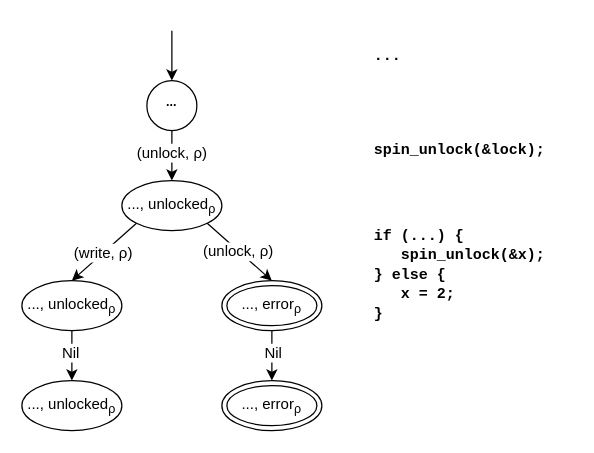
Before: implementation/figures/cfg_unlock-product-partial.drawio in andersfischernielsen/Finding-Resource-Manipulation-Bugs-with-Monitor-Automata-on-the-Example-of-the-Linux-Kernel, a draw.io diagram. Source tidied: cells renumbered, new cells numbered last; positions are measured from the earlier drawing's top-left corner, leaving out a move shared by most shapes. Both pictures are drawn from the tidied source at 125%, with x=0, y=0 at pixel (21, 30).
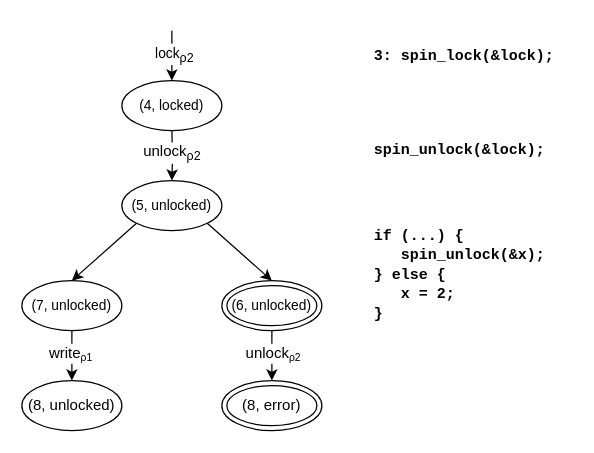
After the change.

The change refers to these unchanged cells:
```xml
<mxCell id="2" style="group;" parent="1" vertex="1">
  <mxGeometry width="240" height="320" as="geometry" />
</mxCell>
<mxCell id="5" style="rounded=0;jettySize=auto;html=1;exitX=0;exitY=1;exitDx=0;exitDy=0;entryX=0.5;entryY=0;entryDx=0;entryDy=0;fontSize=10;" parent="2" edge="1" source="3" target="4">
  <mxGeometry relative="1" as="geometry" />
</mxCell>
<mxCell id="8" style="rounded=0;jettySize=auto;html=1;exitX=1;exitY=1;exitDx=0;exitDy=0;entryX=0.5;entryY=0;entryDx=0;entryDy=0;fontSize=10;" parent="2" edge="1" source="3" target="7">
  <mxGeometry relative="1" as="geometry" />
</mxCell>
<mxCell id="11" style="rounded=0;jettySize=auto;html=1;exitX=0.5;exitY=1;exitDx=0;exitDy=0;fontSize=10;entryX=0.5;entryY=0;entryDx=0;entryDy=0;" parent="2" edge="1" source="4" target="19">
  <mxGeometry relative="1" as="geometry" />
</mxCell>
<mxCell id="13" style="rounded=0;jettySize=auto;html=1;exitX=0.5;exitY=1;exitDx=0;exitDy=0;fontSize=10;entryX=0.5;entryY=0;entryDx=0;entryDy=0;" parent="2" edge="1" source="7" target="10">
  <mxGeometry relative="1" as="geometry" />
</mxCell>
```

Change to the diagram source:
```diff
@@
-    <mxCell id="3" value="&lt;font style=&quot;font-size: 12px&quot;&gt;...,&amp;nbsp;unlocked&lt;sub&gt;ρ&lt;/sub&gt;&lt;/font&gt;" style="ellipse;whiteSpace=wrap;html=1;fontSize=10;" parent="2" vertex="1">
+    <mxCell id="3" value="&lt;font style=&quot;font-size: 11px;&quot;&gt;(5, unlocked)&lt;/font&gt;" style="ellipse;whiteSpace=wrap;html=1;fontSize=11;" parent="2" vertex="1">
       <mxGeometry x="80" y="120" width="80" height="40" as="geometry" />
     </mxCell>
-    <mxCell id="4" value="&lt;font style=&quot;font-size: 12px&quot;&gt;...,&amp;nbsp;unlocked&lt;sub&gt;ρ&lt;/sub&gt;&lt;/font&gt;" style="ellipse;whiteSpace=wrap;html=1;fontSize=10;" parent="2" vertex="1">
+    <mxCell id="4" value="&lt;font style=&quot;font-size: 11px;&quot;&gt;(7,&amp;nbsp;unlocked)&lt;/font&gt;" style="ellipse;whiteSpace=wrap;html=1;fontSize=11;" parent="2" vertex="1">
       <mxGeometry y="200" width="80" height="40" as="geometry" />
     </mxCell>
@@
-    <mxCell id="6" value="&lt;span style=&quot;font-size: 12px&quot;&gt;(write,&amp;nbsp;ρ)&lt;/span&gt;" style="text;html=1;align=center;verticalAlign=middle;labelBackgroundColor=#ffffff;fontSize=10;" parent="5" vertex="1">
-      <mxGeometry x="0.06" y="-1" relative="1" as="geometry">
-        <mxPoint x="1" as="offset" />
-      </mxGeometry>
-    </mxCell>
-    <mxCell id="7" value="&lt;font style=&quot;font-size: 12px&quot;&gt;&lt;span style=&quot;white-space: normal&quot;&gt;..., error&lt;/span&gt;&lt;span style=&quot;white-space: normal&quot;&gt;&lt;sub&gt;ρ&lt;/sub&gt;&lt;/span&gt;&lt;/font&gt;" style="ellipse;shape=doubleEllipse;whiteSpace=wrap;html=1;fontSize=10;" parent="2" vertex="1">
+    <mxCell id="7" value="&lt;font style=&quot;font-size: 11px;&quot;&gt;&lt;span style=&quot;white-space: normal; font-size: 11px;&quot;&gt;(6, unlocked)&lt;/span&gt;&lt;/font&gt;" style="ellipse;shape=doubleEllipse;whiteSpace=wrap;html=1;fontSize=11;" parent="2" vertex="1">
       <mxGeometry x="160" y="200" width="80" height="40" as="geometry" />
     </mxCell>
@@
-    <mxCell id="9" value="&lt;span style=&quot;font-size: 12px&quot;&gt;(unlock,&amp;nbsp;ρ)&lt;/span&gt;" style="text;html=1;align=center;verticalAlign=middle;labelBackgroundColor=#ffffff;fontSize=10;" parent="8" vertex="1">
-      <mxGeometry x="-0.11" y="1" relative="1" as="geometry">
-        <mxPoint y="3" as="offset" />
-      </mxGeometry>
-    </mxCell>
-    <mxCell id="10" value="&lt;font style=&quot;font-size: 12px&quot;&gt;&lt;span style=&quot;white-space: normal&quot;&gt;..., error&lt;/span&gt;&lt;span style=&quot;white-space: normal&quot;&gt;&lt;sub&gt;ρ&lt;/sub&gt;&lt;/span&gt;&lt;/font&gt;" style="ellipse;shape=doubleEllipse;whiteSpace=wrap;html=1;fontSize=10;" parent="2" vertex="1">
+    <mxCell id="10" value="&lt;font style=&quot;font-size: 12px&quot;&gt;&lt;span style=&quot;white-space: normal&quot;&gt;(8, error)&lt;/span&gt;&lt;/font&gt;" style="ellipse;shape=doubleEllipse;whiteSpace=wrap;html=1;fontSize=10;" parent="2" vertex="1">
       <mxGeometry x="160" y="280" width="80" height="40" as="geometry" />
     </mxCell>
@@
-    <mxCell id="12" value="&lt;font style=&quot;font-size: 12px&quot;&gt;Nil&lt;/font&gt;" style="text;html=1;align=center;verticalAlign=middle;labelBackgroundColor=#ffffff;fontSize=10;" parent="11" vertex="1">
+    <mxCell id="12" value="&lt;span style=&quot;font-size: 12px&quot;&gt;write&lt;/span&gt;&lt;sub&gt;ρ1&lt;/sub&gt;" style="text;html=1;align=center;verticalAlign=middle;labelBackgroundColor=#ffffff;fontSize=10;" parent="11" vertex="1">
       <mxGeometry x="-0.14" y="-2" relative="1" as="geometry" />
     </mxCell>
@@
-    <mxCell id="14" value="&lt;font style=&quot;font-size: 12px&quot;&gt;Nil&lt;/font&gt;" style="text;html=1;align=center;verticalAlign=middle;labelBackgroundColor=#ffffff;fontSize=10;" parent="13" vertex="1">
+    <mxCell id="14" value="&lt;span style=&quot;font-size: 12px&quot;&gt;unlock&lt;/span&gt;&lt;sub&gt;ρ2&lt;/sub&gt;" style="text;html=1;align=center;verticalAlign=middle;labelBackgroundColor=#ffffff;fontSize=10;" parent="13" vertex="1">
       <mxGeometry x="-0.12" y="1" relative="1" as="geometry">
         <mxPoint x="-1" y="-1" as="offset" />
       </mxGeometry>
     </mxCell>
-    <mxCell id="15" style="endArrow=classic;html=1;exitX=0.5;exitY=1;exitDx=0;exitDy=0;entryX=0.5;entryY=0;entryDx=0;entryDy=0;" parent="2" edge="1" target="18">
+    <mxCell id="15" style="endArrow=classic;html=1;exitX=0.5;exitY=1;exitDx=0;exitDy=0;entryX=0.5;entryY=0;entryDx=0;entryDy=0;" parent="2" edge="1">
       <mxGeometry relative="1" as="geometry">
         <mxPoint x="120" as="sourcePoint" />
+        <mxPoint x="120" y="40" as="targetPoint" />
       </mxGeometry>
     </mxCell>
+    <mxCell id="24" value="lock&lt;span style=&quot;font-size: 12px&quot;&gt;&lt;sub&gt;ρ2&lt;/sub&gt;&lt;/span&gt;" style="edgeLabel;html=1;align=center;verticalAlign=middle;" parent="15" vertex="1">
+      <mxGeometry x="-0.1" y="1" relative="1" as="geometry" />
+    </mxCell>
-    <mxCell id="16" style="edgeStyle=orthogonalEdgeStyle;rounded=0;jettySize=auto;html=1;exitX=0.5;exitY=1;exitDx=0;exitDy=0;entryX=0.5;entryY=0;entryDx=0;entryDy=0;fontSize=10;" parent="2" edge="1" source="18" target="3">
-      <mxGeometry relative="1" as="geometry" />
+    <mxCell id="16" style="edgeStyle=orthogonalEdgeStyle;rounded=0;jettySize=auto;html=1;exitX=0.5;exitY=1;exitDx=0;exitDy=0;entryX=0.5;entryY=0;entryDx=0;entryDy=0;fontSize=10;" parent="2" edge="1" target="3">
+      <mxGeometry relative="1" as="geometry">
+        <mxPoint x="120" y="80" as="sourcePoint" />
+      </mxGeometry>
     </mxCell>
-    <mxCell id="17" value="&lt;span style=&quot;font-size: 12px&quot;&gt;(unlock, ρ)&lt;/span&gt;" style="text;html=1;align=center;verticalAlign=middle;labelBackgroundColor=#ffffff;fontSize=10;" parent="16" vertex="1">
+    <mxCell id="17" value="&lt;span style=&quot;font-size: 12px&quot;&gt;unlock&lt;sub&gt;ρ2&lt;/sub&gt;&lt;/span&gt;" style="text;html=1;align=center;verticalAlign=middle;labelBackgroundColor=#ffffff;fontSize=10;" parent="16" vertex="1">
       <mxGeometry x="-0.15" y="-1" relative="1" as="geometry" />
     </mxCell>
-    <mxCell id="18" value="&lt;sup&gt;...&lt;/sup&gt;" style="ellipse;whiteSpace=wrap;html=1;fontStyle=1;" parent="2" vertex="1">
-      <mxGeometry x="100" y="40" width="40" height="40" as="geometry" />
-    </mxCell>
-    <mxCell id="19" value="&lt;font style=&quot;font-size: 12px&quot;&gt;...,&amp;nbsp;unlocked&lt;sub&gt;ρ&lt;/sub&gt;&lt;/font&gt;" style="ellipse;whiteSpace=wrap;html=1;fontSize=10;" parent="2" vertex="1">
+    <mxCell id="19" value="&lt;font style=&quot;font-size: 12px&quot;&gt;(8,&amp;nbsp;unlocked)&lt;/font&gt;" style="ellipse;whiteSpace=wrap;html=1;fontSize=10;" parent="2" vertex="1">
       <mxGeometry y="280" width="80" height="40" as="geometry" />
     </mxCell>
+    <mxCell id="25" value="&lt;font style=&quot;font-size: 11px;&quot;&gt;(4, locked)&lt;/font&gt;" style="ellipse;whiteSpace=wrap;html=1;fontSize=11;" parent="2" vertex="1">
+      <mxGeometry x="80" y="40" width="80" height="40" as="geometry" />
+    </mxCell>
     <mxCell id="20" style="group;" parent="1" vertex="1">
-      <mxGeometry x="280" y="10" width="150" height="225" as="geometry" />
+      <mxGeometry x="280" y="10" width="160" height="225" as="geometry" />
     </mxCell>
@@
-    <mxCell id="23" value="&lt;font face=&quot;Courier New&quot;&gt;...&lt;/font&gt;" style="text;html=1;align=left;verticalAlign=middle;fontStyle=1;" parent="20" vertex="1">
-      <mxGeometry width="40" height="20" as="geometry" />
+    <mxCell id="23" value="&lt;font face=&quot;Courier New&quot;&gt;3: spin_lock(&amp;amp;lock);&lt;/font&gt;" style="text;html=1;align=left;verticalAlign=middle;fontStyle=1;" parent="20" vertex="1">
+      <mxGeometry width="160" height="20" as="geometry" />
     </mxCell>
```
